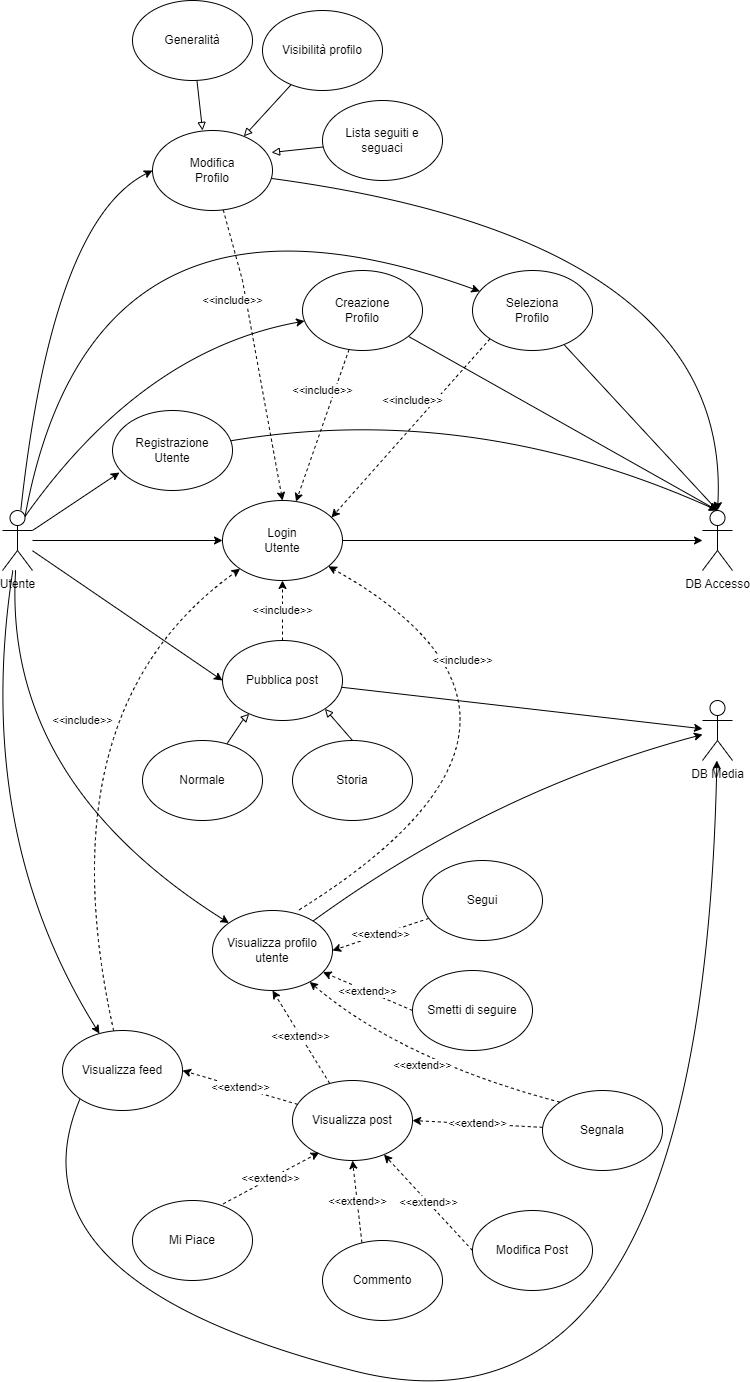
Before: docs/use_case_social_user.png, a diagram exported from draw.io (sergiostefanizzi/socialMicroservicesDocs). Source tidied: cells renumbered, new cells last; positions are measured from the earlier drawing's top-left corner, leaving out a move shared by most shapes.
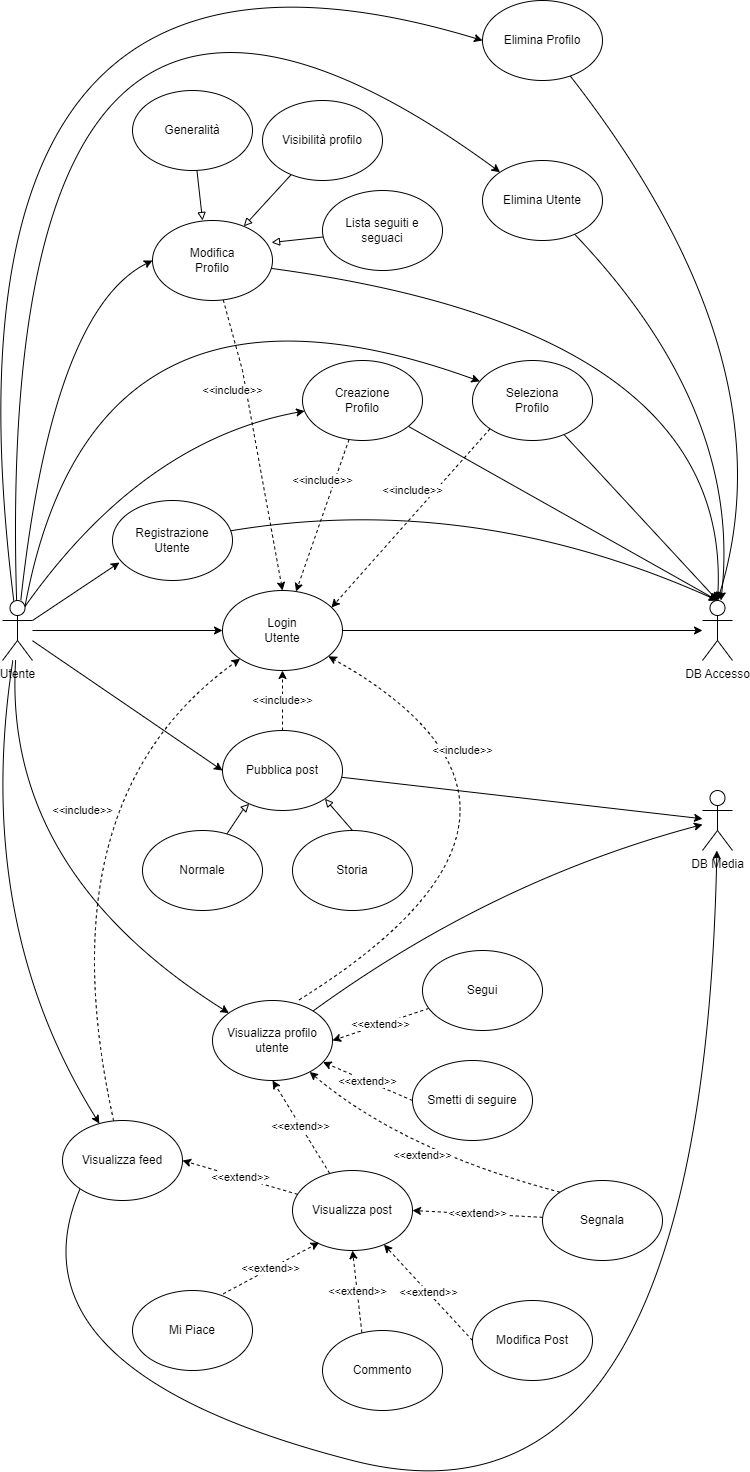
After the change.

Diff of the diagram source:
```diff
@@ -46,6 +46,20 @@
         </Array>
       </mxGeometry>
     </mxCell>
+    <mxCell id="61" style="jettySize=auto;html=1;entryX=0;entryY=0;entryDx=0;entryDy=0;curved=1;" parent="1" edge="1" source="10" target="66">
+      <mxGeometry relative="1" as="geometry">
+        <Array as="points">
+          <mxPoint x="20" y="-290" />
+        </Array>
+      </mxGeometry>
+    </mxCell>
+    <mxCell id="62" style="jettySize=auto;html=1;entryX=0;entryY=0.5;entryDx=0;entryDy=0;curved=1;" parent="1" edge="1" source="10" target="64">
+      <mxGeometry relative="1" as="geometry">
+        <Array as="points">
+          <mxPoint x="-50" y="-220" />
+        </Array>
+      </mxGeometry>
+    </mxCell>
     <mxCell id="10" value="Utente" style="shape=umlActor;verticalLabelPosition=bottom;verticalAlign=top;html=1;outlineConnect=0;" parent="1" vertex="1">
       <mxGeometry x="30" y="510" width="30" height="60" as="geometry" />
     </mxCell>
@@ -238,5 +252,25 @@
     <mxCell id="60" value="Seleziona&lt;br&gt;Profilo" style="ellipse;whiteSpace=wrap;html=1;" parent="1" vertex="1">
       <mxGeometry x="500" y="270" width="120" height="80" as="geometry" />
     </mxCell>
+    <mxCell id="63" style="jettySize=auto;html=1;entryX=0.5;entryY=0;entryDx=0;entryDy=0;entryPerimeter=0;curved=1;" parent="1" edge="1" source="64" target="15">
+      <mxGeometry relative="1" as="geometry">
+        <Array as="points">
+          <mxPoint x="820" y="270" />
+        </Array>
+      </mxGeometry>
+    </mxCell>
+    <mxCell id="64" value="Elimina Profilo" style="ellipse;whiteSpace=wrap;html=1;" parent="1" vertex="1">
+      <mxGeometry x="510" y="-90" width="120" height="80" as="geometry" />
+    </mxCell>
+    <mxCell id="65" style="jettySize=auto;html=1;curved=1;" parent="1" edge="1" source="66" target="15">
+      <mxGeometry relative="1" as="geometry">
+        <Array as="points">
+          <mxPoint x="770" y="320" />
+        </Array>
+      </mxGeometry>
+    </mxCell>
+    <mxCell id="66" value="Elimina Utente" style="ellipse;whiteSpace=wrap;html=1;" parent="1" vertex="1">
+      <mxGeometry x="510" y="70" width="120" height="80" as="geometry" />
+    </mxCell>
   </root>
 </mxGraphModel>
```
